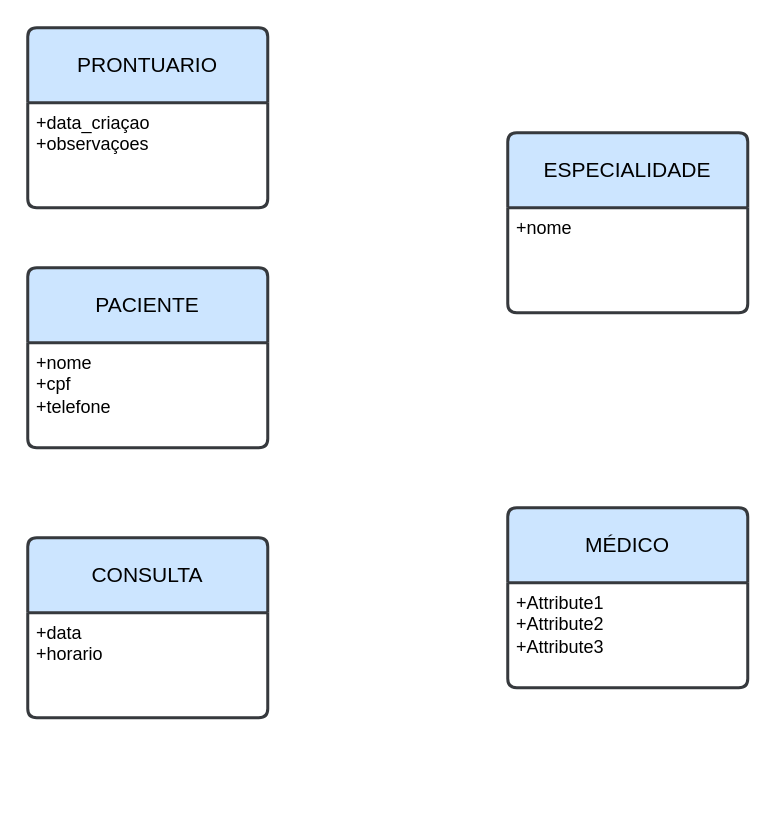
gigifggbgv/3d.bd keeps this draw.io diagram as Diagrama sem nome.drawio. Above is the earlier version. Source tidied: cells renumbered, new cells numbered last; positions are measured from the earlier drawing's top-left corner, leaving out a move shared by most shapes. Both pictures are drawn from the tidied source at 150%, with x=0, y=0 at pixel (27, 27).
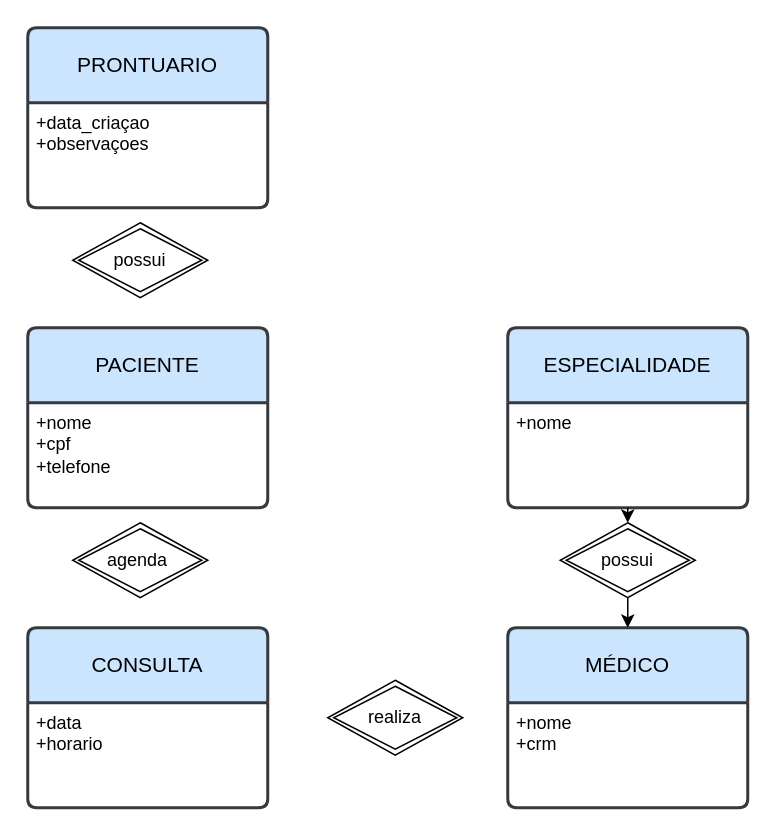
The same diagram, later.

What changed in the source:
```diff
@@
 <mxGraphModel>
   <root>
     <mxCell id="0" />
     <mxCell id="1" parent="0" />
     <mxCell id="2" value="PACIENTE" style="swimlane;horizontal=1;startSize=50;rounded=1;fontSize=14;fontStyle=0;strokeWidth=2;shadow=0;dashed=0;align=center;arcSize=4;whiteSpace=wrap;html=1;fillColor=#cce5ff;strokeColor=#36393d;" parent="1" vertex="1">
-      <mxGeometry y="160" width="160" height="120" as="geometry" />
+      <mxGeometry y="200" width="160" height="120" as="geometry" />
     </mxCell>
     <mxCell id="3" value="+nome&lt;div&gt;+cpf&lt;/div&gt;&lt;div&gt;+telefone&amp;nbsp;&lt;/div&gt;" style="align=left;strokeColor=none;fillColor=none;spacingLeft=4;spacingRight=4;fontSize=12;verticalAlign=top;html=1;whiteSpace=wrap;" parent="2" vertex="1">
       <mxGeometry y="50" width="160" height="70" as="geometry" />
     </mxCell>
     <mxCell id="4" value="CONSULTA" style="swimlane;horizontal=1;startSize=50;rounded=1;fontSize=14;fontStyle=0;strokeWidth=2;shadow=0;dashed=0;align=center;arcSize=4;whiteSpace=wrap;html=1;fillColor=#cce5ff;strokeColor=#36393d;" parent="1" vertex="1">
-      <mxGeometry y="340" width="160" height="120" as="geometry" />
+      <mxGeometry y="400" width="160" height="120" as="geometry" />
     </mxCell>
     <mxCell id="5" value="+data&lt;br&gt;+horario" style="align=left;strokeColor=none;fillColor=none;spacingLeft=4;spacingRight=4;fontSize=12;verticalAlign=top;html=1;whiteSpace=wrap;" parent="4" vertex="1">
       <mxGeometry y="50" width="160" height="70" as="geometry" />
     </mxCell>
     <mxCell id="6" value="MÉDICO" style="swimlane;horizontal=1;startSize=50;rounded=1;fontSize=14;fontStyle=0;strokeWidth=2;shadow=0;dashed=0;align=center;arcSize=4;whiteSpace=wrap;html=1;fillColor=#cce5ff;strokeColor=#36393d;" parent="1" vertex="1">
-      <mxGeometry x="320" y="320" width="160" height="120" as="geometry" />
+      <mxGeometry x="320" y="400" width="160" height="120" as="geometry" />
     </mxCell>
-    <mxCell id="7" value="+Attribute1&#10;+Attribute2&#10;+Attribute3" style="align=left;strokeColor=none;fillColor=none;spacingLeft=4;spacingRight=4;fontSize=12;verticalAlign=top;html=1;whiteSpace=wrap;" parent="6" vertex="1">
+    <mxCell id="7" value="+nome&lt;div&gt;+crm&lt;/div&gt;" style="align=left;strokeColor=none;fillColor=none;spacingLeft=4;spacingRight=4;fontSize=12;verticalAlign=top;html=1;whiteSpace=wrap;" parent="6" vertex="1">
       <mxGeometry y="50" width="160" height="70" as="geometry" />
     </mxCell>
     <mxCell id="8" value="ESPECIALIDADE" style="swimlane;horizontal=1;startSize=50;rounded=1;fontSize=14;fontStyle=0;strokeWidth=2;shadow=0;dashed=0;align=center;arcSize=4;whiteSpace=wrap;html=1;fillColor=#cce5ff;strokeColor=#36393d;" parent="1" vertex="1">
-      <mxGeometry x="320" y="70" width="160" height="120" as="geometry" />
+      <mxGeometry x="320" y="200" width="160" height="120" as="geometry" />
     </mxCell>
     <mxCell id="9" value="+nome" style="align=left;strokeColor=none;fillColor=none;spacingLeft=4;spacingRight=4;fontSize=12;verticalAlign=top;html=1;whiteSpace=wrap;" parent="8" vertex="1">
       <mxGeometry y="50" width="160" height="70" as="geometry" />
     </mxCell>
     <mxCell id="10" value="PRONTUARIO" style="swimlane;horizontal=1;startSize=50;rounded=1;fontSize=14;fontStyle=0;strokeWidth=2;shadow=0;dashed=0;align=center;arcSize=4;whiteSpace=wrap;html=1;fillColor=#cce5ff;strokeColor=#36393d;" parent="1" vertex="1">
       <mxGeometry width="160" height="120" as="geometry" />
     </mxCell>
     <mxCell id="11" value="+data_criaçao&lt;br&gt;+observaçoes&lt;div&gt;&lt;br/&gt;&lt;/div&gt;" style="align=left;strokeColor=none;fillColor=none;spacingLeft=4;spacingRight=4;fontSize=12;verticalAlign=top;html=1;whiteSpace=wrap;" parent="10" vertex="1">
       <mxGeometry y="50" width="160" height="70" as="geometry" />
     </mxCell>
+    <mxCell id="12" value="possui" style="shape=rhombus;double=1;perimeter=rhombusPerimeter;whiteSpace=wrap;html=1;align=center;" parent="1" vertex="1">
+      <mxGeometry x="30" y="130" width="90" height="50" as="geometry" />
+    </mxCell>
+    <mxCell id="13" value="agenda&amp;nbsp;" style="shape=rhombus;double=1;perimeter=rhombusPerimeter;whiteSpace=wrap;html=1;align=center;" parent="1" vertex="1">
+      <mxGeometry x="30" y="330" width="90" height="50" as="geometry" />
+    </mxCell>
+    <mxCell id="14" value="realiza" style="shape=rhombus;double=1;perimeter=rhombusPerimeter;whiteSpace=wrap;html=1;align=center;" parent="1" vertex="1">
+      <mxGeometry x="200" y="435" width="90" height="50" as="geometry" />
+    </mxCell>
+    <mxCell id="15" style="edgeStyle=orthogonalEdgeStyle;rounded=0;jettySize=auto;html=1;exitX=0.5;exitY=1;exitDx=0;exitDy=0;entryX=0.5;entryY=0;entryDx=0;entryDy=0;" parent="1" edge="1" source="16" target="6">
+      <mxGeometry relative="1" as="geometry" />
+    </mxCell>
+    <mxCell id="16" value="possui" style="shape=rhombus;double=1;perimeter=rhombusPerimeter;whiteSpace=wrap;html=1;align=center;" parent="1" vertex="1">
+      <mxGeometry x="355" y="330" width="90" height="50" as="geometry" />
+    </mxCell>
+    <mxCell id="17" style="edgeStyle=orthogonalEdgeStyle;rounded=0;jettySize=auto;html=1;exitX=0.5;exitY=1;exitDx=0;exitDy=0;entryX=0.5;entryY=0;entryDx=0;entryDy=0;" parent="1" edge="1" source="9" target="16">
+      <mxGeometry relative="1" as="geometry" />
+    </mxCell>
   </root>
 </mxGraphModel>
```
